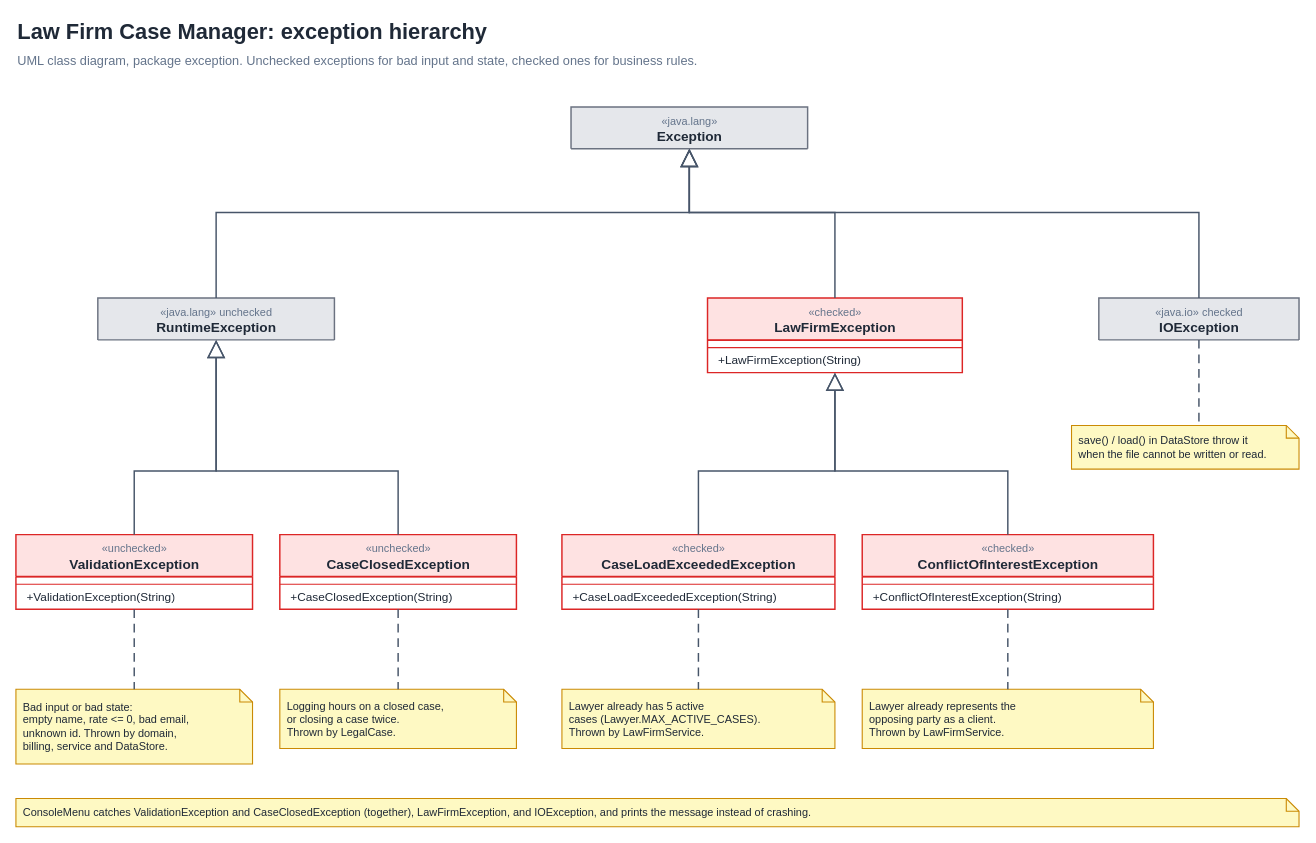
This is page "Exceptions" (3 of 3) of docs/class-diagram.drawio from mahadinhussein-hash/law-firm-case-manager, a draw.io file, before an edit. Source tidied: cells renumbered, new cells numbered last; positions are measured from the earlier drawing's top-left corner, leaving out a move shared by most shapes. Both pictures are drawn from the tidied source at 91%, with x=0, y=0 at pixel (15, 15).
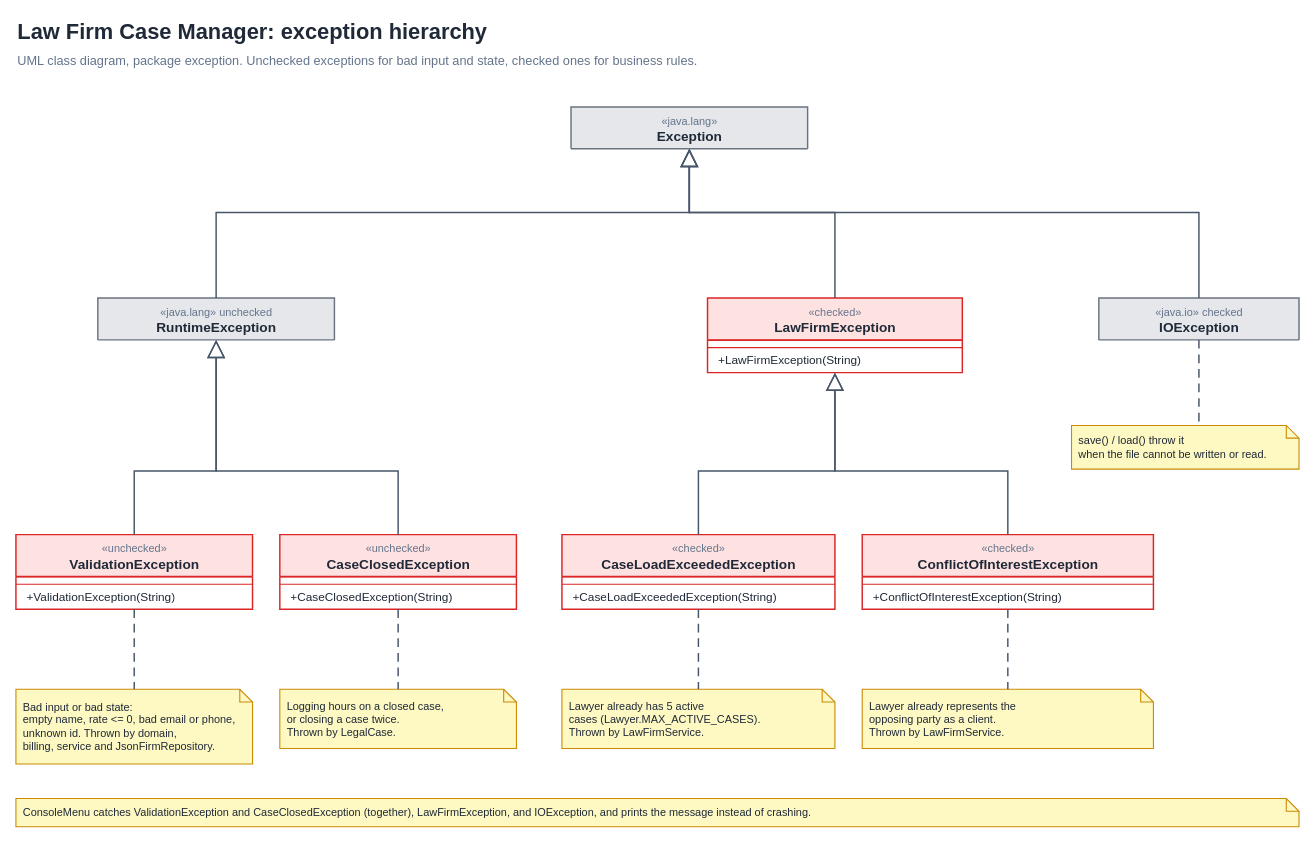
The same page after the edit.

What changed in the source:
```diff
@@
-    <mxCell id="27" value="Bad input or bad state:&lt;br&gt;empty name, rate &amp;lt;= 0, bad email,&lt;br&gt;unknown id. Thrown by domain,&lt;br&gt;billing, service and DataStore." style="shape=note;size=14;html=1;whiteSpace=nowrap;align=left;verticalAlign=middle;spacingLeft=6;fontSize=12;fontFamily=Helvetica;fontColor=#1F2937;fillColor=#FEF9C3;strokeColor=#CA8A04;strokeWidth=1.2;" parent="1" vertex="1">
+    <mxCell id="27" value="Bad input or bad state:&lt;br&gt;empty name, rate &amp;lt;= 0, bad email or phone,&lt;br&gt;unknown id. Thrown by domain,&lt;br&gt;billing, service and JsonFirmRepository." style="shape=note;size=14;html=1;whiteSpace=nowrap;align=left;verticalAlign=middle;spacingLeft=6;fontSize=12;fontFamily=Helvetica;fontColor=#1F2937;fillColor=#FEF9C3;strokeColor=#CA8A04;strokeWidth=1.2;" parent="1" vertex="1">
       <mxGeometry y="740" width="260" height="82" as="geometry" />
     </mxCell>
@@
-    <mxCell id="31" value="save() / load() in DataStore throw it&lt;br&gt;when the file cannot be written or read." style="shape=note;size=14;html=1;whiteSpace=nowrap;align=left;verticalAlign=middle;spacingLeft=6;fontSize=12;fontFamily=Helvetica;fontColor=#1F2937;fillColor=#FEF9C3;strokeColor=#CA8A04;strokeWidth=1.2;" parent="1" vertex="1">
+    <mxCell id="31" value="save() / load() throw it&lt;br&gt;when the file cannot be written or read." style="shape=note;size=14;html=1;whiteSpace=nowrap;align=left;verticalAlign=middle;spacingLeft=6;fontSize=12;fontFamily=Helvetica;fontColor=#1F2937;fillColor=#FEF9C3;strokeColor=#CA8A04;strokeWidth=1.2;" parent="1" vertex="1">
       <mxGeometry x="1160" y="450" width="250" height="48" as="geometry" />
     </mxCell>
```
